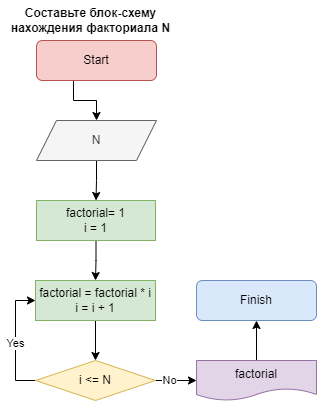
This is T1S1/task6.png from mgrom-dev/gb, a draw.io export, as it was before one commit. Source tidied: cells renumbered, new cells last; positions are measured from the earlier drawing's top-left corner, leaving out a move shared by most shapes.
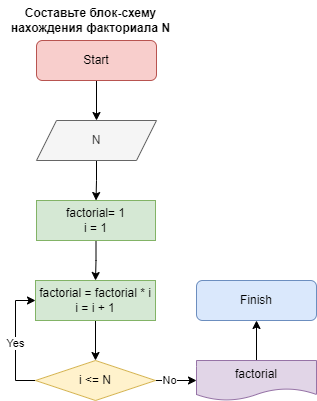
After the commit.

Commit message:
prepare task7 T1S1

Change to the diagram source:
```diff
@@ -2,7 +2,7 @@
   <root>
     <mxCell id="0" />
     <mxCell id="1" parent="0" />
-    <mxCell id="2" style="edgeStyle=orthogonalEdgeStyle;rounded=0;jettySize=auto;html=1;exitX=0.308;exitY=0.975;exitDx=0;exitDy=0;entryX=0.5;entryY=0;entryDx=0;entryDy=0;exitPerimeter=0;" parent="1" edge="1" source="3" target="5">
+    <mxCell id="2" style="edgeStyle=orthogonalEdgeStyle;rounded=0;jettySize=auto;html=1;exitX=0.5;exitY=1;exitDx=0;exitDy=0;entryX=0.5;entryY=0;entryDx=0;entryDy=0;" parent="1" edge="1" source="3" target="5">
       <mxGeometry relative="1" as="geometry" />
     </mxCell>
     <mxCell id="3" value="Start" style="rounded=1;whiteSpace=wrap;html=1;fontSize=12;glass=0;strokeWidth=1;shadow=0;fillColor=#f8cecc;strokeColor=#b85450;" parent="1" vertex="1">
```
